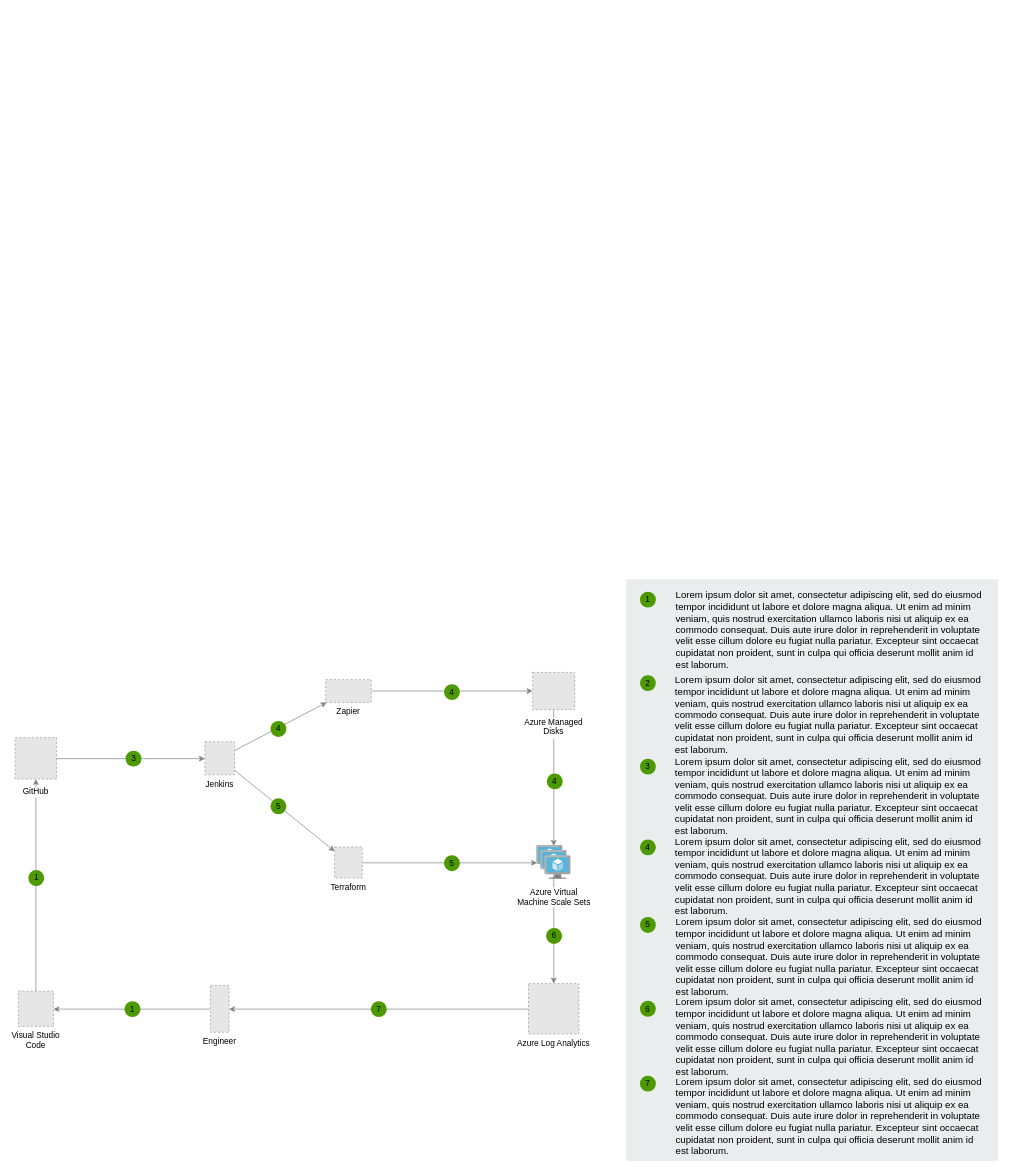
This is Untitled Diagram.drawio from kittunotes/devops_architecture, a draw.io file, before an edit. Source tidied: cells renumbered, new cells numbered last; positions are measured from the earlier drawing's top-left corner, leaving out a move shared by most shapes. Both pictures are drawn from the tidied source at 69%, with x=0, y=0 at pixel (14, 579). Pictures stored in the file or linked from it are replaced by grey dashed boxes.
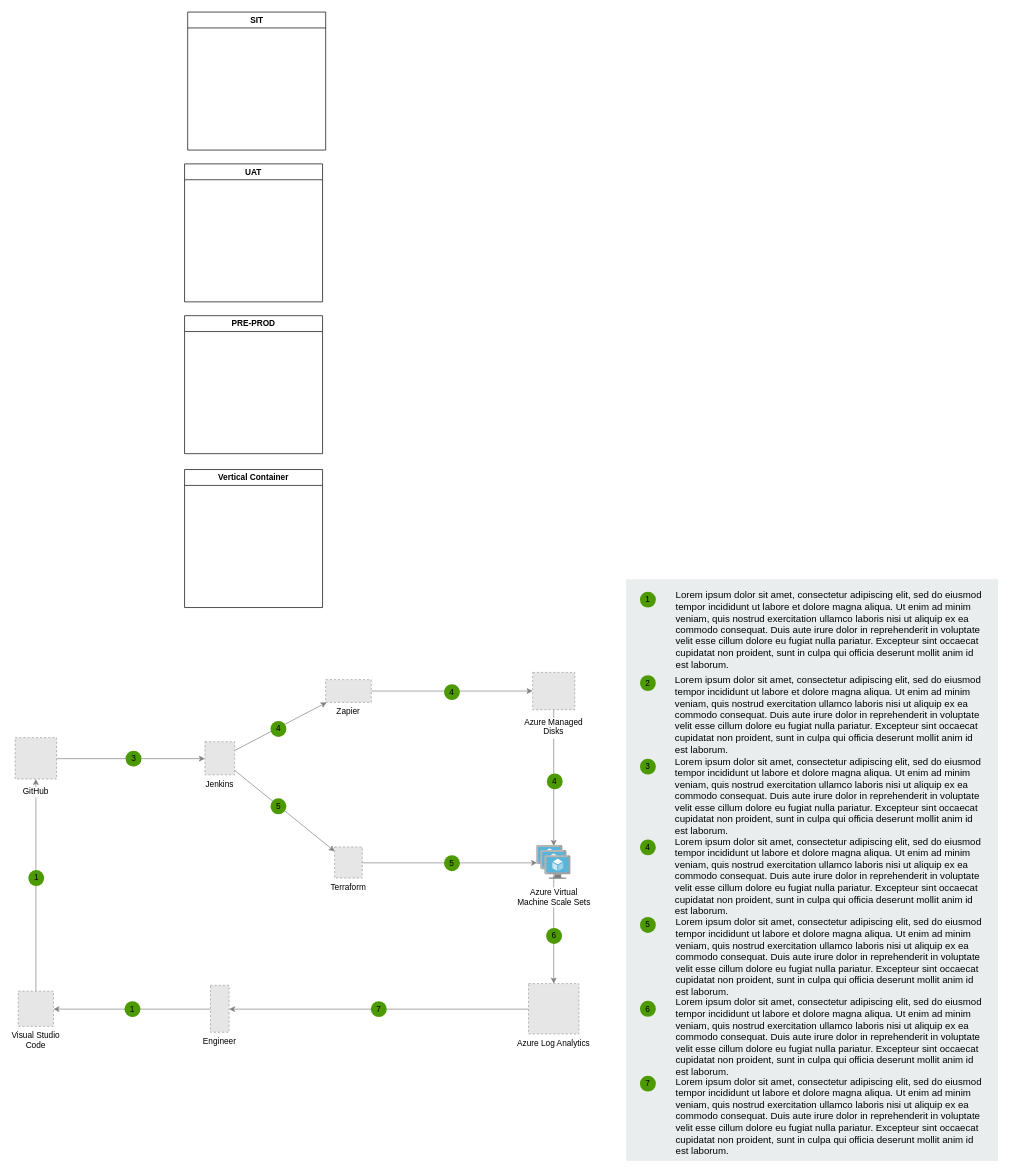
The same page after the edit.

Diff of the diagram source:
```diff
@@
+    <mxCell id="46" value="PRE-PROD" style="swimlane;whiteSpace=wrap;html=1;" parent="1" vertex="1">
+      <mxGeometry x="246" y="-382" width="200" height="200" as="geometry" />
+    </mxCell>
+    <mxCell id="47" value="SIT" style="swimlane;whiteSpace=wrap;html=1;" parent="1" vertex="1">
+      <mxGeometry x="250.5" y="-822" width="200" height="200" as="geometry" />
+    </mxCell>
+    <mxCell id="48" value="UAT" style="swimlane;whiteSpace=wrap;html=1;" parent="1" vertex="1">
+      <mxGeometry x="246" y="-602" width="200" height="200" as="geometry" />
+    </mxCell>
+    <mxCell id="49" value="Vertical Container" style="swimlane;whiteSpace=wrap;html=1;" parent="1" vertex="1">
+      <mxGeometry x="246" y="-159" width="200" height="200" as="geometry" />
+    </mxCell>
```
